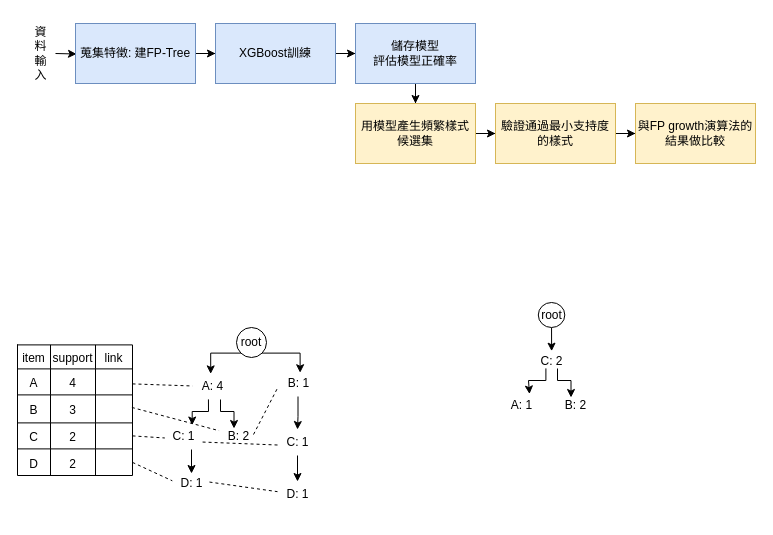
zoezou9/fp_mining keeps this draw.io diagram as figures/flowchart/fpgrowth.drawio. Above is the earlier version. Source tidied: cells renumbered, new cells numbered last; positions are measured from the earlier drawing's top-left corner, leaving out a move shared by most shapes. Both pictures are drawn from the tidied source at 100%, with x=0, y=0 at pixel (17, 17).
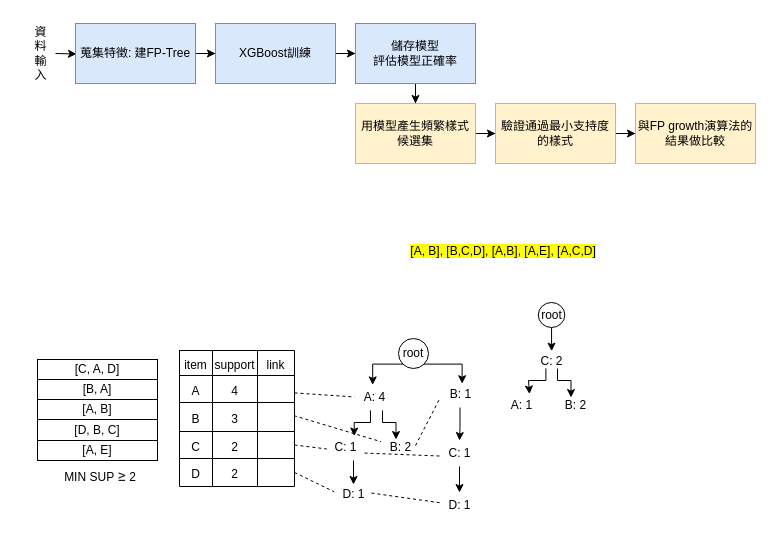
Above is the later version.

Diff of the diagram source:
```diff
@@
     <mxCell id="15" value="root" style="ellipse;whiteSpace=wrap;html=1;" parent="1" vertex="1">
-      <mxGeometry x="219" y="310" width="30" height="30" as="geometry" />
+      <mxGeometry x="381" y="321" width="30" height="30" as="geometry" />
     </mxCell>
@@
     <mxCell id="17" value="B: 1" style="text;html=1;align=center;verticalAlign=middle;points=[];strokeColor=none;fillColor=none;" parent="1" vertex="1">
-      <mxGeometry x="261" y="353" width="39" height="26" as="geometry" />
+      <mxGeometry x="423" y="364" width="39" height="26" as="geometry" />
     </mxCell>
     <mxCell id="18" style="edgeStyle=orthogonalEdgeStyle;rounded=0;jettySize=auto;html=1;exitX=0;exitY=1;exitDx=0;exitDy=0;entryX=0.606;entryY=0.281;entryDx=0;entryDy=0;entryPerimeter=0;" parent="1" edge="1" source="15">
       <mxGeometry relative="1" as="geometry">
-        <mxPoint x="193.2" y="356.4" as="targetPoint" />
+        <mxPoint x="355.2" y="367.4" as="targetPoint" />
       </mxGeometry>
     </mxCell>
     <mxCell id="19" style="edgeStyle=orthogonalEdgeStyle;rounded=0;jettySize=auto;html=1;exitX=1;exitY=1;exitDx=0;exitDy=0;entryX=0.555;entryY=0.086;entryDx=0;entryDy=0;entryPerimeter=0;" parent="1" edge="1" source="15" target="17">
       <mxGeometry relative="1" as="geometry">
         <Array as="points">
-          <mxPoint x="282" y="336" />
+          <mxPoint x="444" y="347" />
         </Array>
       </mxGeometry>
     </mxCell>
     <mxCell id="20" value="A: 4" style="text;html=1;align=center;verticalAlign=middle;points=[];strokeColor=none;fillColor=none;" parent="1" vertex="1">
-      <mxGeometry x="175" y="356" width="39" height="26" as="geometry" />
+      <mxGeometry x="337" y="367" width="39" height="26" as="geometry" />
     </mxCell>
@@
     <mxCell id="22" value="C: 1" style="text;html=1;align=center;verticalAlign=middle;points=[];strokeColor=none;fillColor=none;" parent="1" vertex="1">
-      <mxGeometry x="260" y="412" width="40" height="26" as="geometry" />
+      <mxGeometry x="422" y="423" width="40" height="26" as="geometry" />
     </mxCell>
     <mxCell id="23" value="D: 1" style="text;html=1;align=center;verticalAlign=middle;points=[];strokeColor=none;fillColor=none;" parent="1" vertex="1">
-      <mxGeometry x="260" y="464" width="40" height="26" as="geometry" />
+      <mxGeometry x="422" y="475" width="40" height="26" as="geometry" />
     </mxCell>
     <mxCell id="24" style="edgeStyle=orthogonalEdgeStyle;rounded=0;orthogonalLoop=1;jettySize=auto;html=1;" parent="1" edge="1">
       <mxGeometry relative="1" as="geometry">
-        <mxPoint x="174" y="432" as="sourcePoint" />
-        <mxPoint x="174" y="456" as="targetPoint" />
+        <mxPoint x="336" y="443" as="sourcePoint" />
+        <mxPoint x="336" y="467" as="targetPoint" />
       </mxGeometry>
     </mxCell>
     <mxCell id="25" value="B: 2" style="text;html=1;align=center;verticalAlign=middle;points=[];strokeColor=none;fillColor=none;" parent="1" vertex="1">
-      <mxGeometry x="201" y="406" width="39" height="26" as="geometry" />
+      <mxGeometry x="363" y="417" width="39" height="26" as="geometry" />
     </mxCell>
     <mxCell id="26" value="C: 1" style="text;html=1;align=center;verticalAlign=middle;points=[];strokeColor=none;fillColor=none;" parent="1" vertex="1">
-      <mxGeometry x="146" y="406" width="40" height="26" as="geometry" />
+      <mxGeometry x="308" y="417" width="40" height="26" as="geometry" />
     </mxCell>
     <mxCell id="27" style="edgeStyle=orthogonalEdgeStyle;rounded=0;jettySize=auto;html=1;entryX=0.718;entryY=0.059;entryDx=0;entryDy=0;entryPerimeter=0;exitX=0.409;exitY=0.996;exitDx=0;exitDy=0;exitPerimeter=0;" parent="1" edge="1" source="20" target="26">
       <mxGeometry relative="1" as="geometry">
         <Array as="points">
-          <mxPoint x="191" y="394" />
-          <mxPoint x="174" y="394" />
+          <mxPoint x="353" y="405" />
+          <mxPoint x="336" y="405" />
         </Array>
       </mxGeometry>
     </mxCell>
     <mxCell id="28" style="edgeStyle=orthogonalEdgeStyle;rounded=0;jettySize=auto;html=1;entryX=0.718;entryY=0.059;entryDx=0;entryDy=0;entryPerimeter=0;" parent="1" edge="1" source="20">
       <mxGeometry relative="1" as="geometry">
-        <mxPoint x="216.5" y="411" as="targetPoint" />
+        <mxPoint x="378.5" y="422" as="targetPoint" />
         <Array as="points">
-          <mxPoint x="203" y="394" />
-          <mxPoint x="217" y="394" />
+          <mxPoint x="365" y="405" />
+          <mxPoint x="379" y="405" />
         </Array>
       </mxGeometry>
     </mxCell>
     <mxCell id="29" style="shape=table;startSize=0;childLayout=tableLayout;fontSize=16;" parent="1" vertex="1">
-      <mxGeometry y="327.4" width="115" height="130.6" as="geometry" />
+      <mxGeometry x="162" y="333" width="115" height="136" as="geometry" />
     </mxCell>
     <mxCell id="30" style="shape=tableRow;horizontal=0;startSize=0;swimlaneHead=0;swimlaneBody=0;strokeColor=inherit;top=0;left=0;bottom=0;right=0;fillColor=none;fontSize=16;" parent="29" vertex="1">
-      <mxGeometry width="115" height="24" as="geometry" />
+      <mxGeometry width="115" height="25" as="geometry" />
     </mxCell>
     <mxCell id="31" value="&lt;font style=&quot;font-size: 12px;&quot;&gt;item&lt;/font&gt;" style="shape=partialRectangle;html=1;whiteSpace=wrap;strokeColor=inherit;overflow=hidden;fillColor=none;top=0;left=0;bottom=0;right=0;fontSize=16;" parent="30" vertex="1">
-      <mxGeometry width="33" height="24" as="geometry" />
+      <mxGeometry width="33" height="25" as="geometry" />
     </mxCell>
     <mxCell id="32" value="&lt;font style=&quot;font-size: 12px;&quot;&gt;support&lt;/font&gt;" style="shape=partialRectangle;html=1;whiteSpace=wrap;strokeColor=inherit;overflow=hidden;fillColor=none;top=0;left=0;bottom=0;right=0;fontSize=16;" parent="30" vertex="1">
-      <mxGeometry x="33" width="45" height="24" as="geometry" />
+      <mxGeometry x="33" width="45" height="25" as="geometry" />
     </mxCell>
     <mxCell id="33" value="&lt;font style=&quot;font-size: 12px;&quot;&gt;link&lt;/font&gt;" style="shape=partialRectangle;html=1;whiteSpace=wrap;strokeColor=inherit;overflow=hidden;fillColor=none;top=0;left=0;bottom=0;right=0;fontSize=16;" parent="30" vertex="1">
-      <mxGeometry x="78" width="37" height="24" as="geometry" />
+      <mxGeometry x="78" width="37" height="25" as="geometry" />
     </mxCell>
     <mxCell id="34" style="shape=tableRow;horizontal=0;startSize=0;swimlaneHead=0;swimlaneBody=0;strokeColor=inherit;top=0;left=0;bottom=0;right=0;fillColor=none;points=[[0,0.5],[1,0.5]];portConstraint=eastwest;fontSize=16;" parent="29" vertex="1">
-      <mxGeometry y="24" width="115" height="26" as="geometry" />
+      <mxGeometry y="25" width="115" height="27" as="geometry" />
     </mxCell>
     <mxCell id="35" value="&lt;font style=&quot;font-size: 12px;&quot;&gt;A&lt;/font&gt;" style="shape=partialRectangle;html=1;whiteSpace=wrap;strokeColor=inherit;overflow=hidden;fillColor=none;top=0;left=0;bottom=0;right=0;fontSize=16;" parent="34" vertex="1">
-      <mxGeometry width="33" height="26" as="geometry" />
+      <mxGeometry width="33" height="27" as="geometry" />
     </mxCell>
     <mxCell id="36" value="&lt;font style=&quot;font-size: 12px;&quot;&gt;4&lt;/font&gt;" style="shape=partialRectangle;html=1;whiteSpace=wrap;strokeColor=inherit;overflow=hidden;fillColor=none;top=0;left=0;bottom=0;right=0;fontSize=16;" parent="34" vertex="1">
-      <mxGeometry x="33" width="45" height="26" as="geometry" />
+      <mxGeometry x="33" width="45" height="27" as="geometry" />
     </mxCell>
     <mxCell id="37" style="shape=partialRectangle;html=1;whiteSpace=wrap;strokeColor=inherit;overflow=hidden;fillColor=none;top=0;left=0;bottom=0;right=0;fontSize=16;" parent="34" vertex="1">
-      <mxGeometry x="78" width="37" height="26" as="geometry" />
+      <mxGeometry x="78" width="37" height="27" as="geometry" />
     </mxCell>
     <mxCell id="38" style="shape=tableRow;horizontal=0;startSize=0;swimlaneHead=0;swimlaneBody=0;strokeColor=inherit;top=0;left=0;bottom=0;right=0;fillColor=none;fontSize=16;" parent="29" vertex="1">
-      <mxGeometry y="50" width="115" height="28" as="geometry" />
+      <mxGeometry y="52" width="115" height="29" as="geometry" />
     </mxCell>
     <mxCell id="39" value="&lt;font style=&quot;font-size: 12px;&quot;&gt;B&lt;/font&gt;" style="shape=partialRectangle;html=1;whiteSpace=wrap;strokeColor=inherit;overflow=hidden;fillColor=none;top=0;left=0;bottom=0;right=0;fontSize=16;" parent="38" vertex="1">
-      <mxGeometry width="33" height="28" as="geometry" />
+      <mxGeometry width="33" height="29" as="geometry" />
     </mxCell>
     <mxCell id="40" value="&lt;font style=&quot;font-size: 12px;&quot;&gt;3&lt;/font&gt;" style="shape=partialRectangle;html=1;whiteSpace=wrap;strokeColor=inherit;overflow=hidden;fillColor=none;top=0;left=0;bottom=0;right=0;fontSize=16;" parent="38" vertex="1">
-      <mxGeometry x="33" width="45" height="28" as="geometry" />
+      <mxGeometry x="33" width="45" height="29" as="geometry" />
     </mxCell>
     <mxCell id="41" style="shape=partialRectangle;html=1;whiteSpace=wrap;strokeColor=inherit;overflow=hidden;fillColor=none;top=0;left=0;bottom=0;right=0;fontSize=16;" parent="38" vertex="1">
-      <mxGeometry x="78" width="37" height="28" as="geometry" />
+      <mxGeometry x="78" width="37" height="29" as="geometry" />
     </mxCell>
     <mxCell id="42" style="shape=tableRow;horizontal=0;startSize=0;swimlaneHead=0;swimlaneBody=0;strokeColor=inherit;top=0;left=0;bottom=0;right=0;fillColor=none;points=[[0,0.5],[1,0.5]];portConstraint=eastwest;fontSize=16;" parent="29" vertex="1">
-      <mxGeometry y="78" width="115" height="26" as="geometry" />
+      <mxGeometry y="81" width="115" height="27" as="geometry" />
     </mxCell>
     <mxCell id="43" value="&lt;font style=&quot;font-size: 12px;&quot;&gt;C&lt;/font&gt;" style="shape=partialRectangle;html=1;whiteSpace=wrap;strokeColor=inherit;overflow=hidden;fillColor=none;top=0;left=0;bottom=0;right=0;fontSize=16;" parent="42" vertex="1">
-      <mxGeometry width="33" height="26" as="geometry" />
+      <mxGeometry width="33" height="27" as="geometry" />
     </mxCell>
     <mxCell id="44" value="&lt;font style=&quot;font-size: 12px;&quot;&gt;2&lt;/font&gt;" style="shape=partialRectangle;html=1;whiteSpace=wrap;strokeColor=inherit;overflow=hidden;fillColor=none;top=0;left=0;bottom=0;right=0;fontSize=16;" parent="42" vertex="1">
-      <mxGeometry x="33" width="45" height="26" as="geometry" />
+      <mxGeometry x="33" width="45" height="27" as="geometry" />
     </mxCell>
     <mxCell id="45" style="shape=partialRectangle;html=1;whiteSpace=wrap;strokeColor=inherit;overflow=hidden;fillColor=none;top=0;left=0;bottom=0;right=0;fontSize=16;" parent="42" vertex="1">
-      <mxGeometry x="78" width="37" height="26" as="geometry" />
+      <mxGeometry x="78" width="37" height="27" as="geometry" />
     </mxCell>
     <mxCell id="46" style="shape=tableRow;horizontal=0;startSize=0;swimlaneHead=0;swimlaneBody=0;strokeColor=inherit;top=0;left=0;bottom=0;right=0;fillColor=none;points=[[0,0.5],[1,0.5]];portConstraint=eastwest;fontSize=16;" parent="29" vertex="1">
-      <mxGeometry y="104" width="115" height="27" as="geometry" />
+      <mxGeometry y="108" width="115" height="28" as="geometry" />
     </mxCell>
     <mxCell id="47" value="&lt;font style=&quot;font-size: 12px;&quot;&gt;D&lt;/font&gt;" style="shape=partialRectangle;html=1;whiteSpace=wrap;strokeColor=inherit;overflow=hidden;fillColor=none;top=0;left=0;bottom=0;right=0;fontSize=16;" parent="46" vertex="1">
-      <mxGeometry width="33" height="27" as="geometry" />
+      <mxGeometry width="33" height="28" as="geometry" />
     </mxCell>
     <mxCell id="48" value="&lt;font style=&quot;font-size: 12px;&quot;&gt;2&lt;/font&gt;" style="shape=partialRectangle;html=1;whiteSpace=wrap;strokeColor=inherit;overflow=hidden;fillColor=none;top=0;left=0;bottom=0;right=0;fontSize=16;" parent="46" vertex="1">
-      <mxGeometry x="33" width="45" height="27" as="geometry" />
+      <mxGeometry x="33" width="45" height="28" as="geometry" />
     </mxCell>
     <mxCell id="49" style="shape=partialRectangle;html=1;whiteSpace=wrap;strokeColor=inherit;overflow=hidden;fillColor=none;top=0;left=0;bottom=0;right=0;fontSize=16;" parent="46" vertex="1">
-      <mxGeometry x="78" width="37" height="27" as="geometry" />
+      <mxGeometry x="78" width="37" height="28" as="geometry" />
     </mxCell>
@@
     <mxCell id="53" style="endArrow=none;dashed=1;html=1;rounded=0;entryX=-0.034;entryY=0.701;entryDx=0;entryDy=0;entryPerimeter=0;" parent="1" edge="1" target="17">
       <mxGeometry relative="1" as="geometry">
-        <mxPoint x="236" y="417" as="sourcePoint" />
+        <mxPoint x="398" y="428" as="sourcePoint" />
       </mxGeometry>
     </mxCell>
     <mxCell id="54" style="endArrow=none;dashed=1;html=1;rounded=0;exitX=1;exitY=0.5;exitDx=0;exitDy=0;entryX=-0.03;entryY=0.395;entryDx=0;entryDy=0;entryPerimeter=0;" parent="1" edge="1" source="46">
       <mxGeometry relative="1" as="geometry">
-        <mxPoint x="154.8" y="463.3" as="targetPoint" />
+        <mxPoint x="316.8" y="474.3" as="targetPoint" />
       </mxGeometry>
     </mxCell>
     <mxCell id="55" value="D: 1" style="text;html=1;align=center;verticalAlign=middle;points=[];strokeColor=none;fillColor=none;" parent="1" vertex="1">
-      <mxGeometry x="154" y="452.6" width="40" height="26" as="geometry" />
+      <mxGeometry x="316" y="463.6" width="40" height="26" as="geometry" />
     </mxCell>
@@
+    <mxCell id="65" value="&lt;span style=&quot;text-align: left; text-indent: 32px;&quot;&gt;[B, A]&lt;/span&gt;" style="rounded=0;whiteSpace=wrap;html=1;" parent="1" vertex="1">
+      <mxGeometry x="20" y="362" width="120" height="20" as="geometry" />
+    </mxCell>
+    <mxCell id="66" value="&lt;p class=&quot;MsoNoSpacing&quot; style=&quot;text-indent:24.0pt&quot;&gt;&lt;span style=&quot;mso-bidi-font-family:&amp;lt;br/&amp;gt;&amp;quot;Times New Roman&amp;quot;&quot;&gt;&lt;span style=&quot;mso-spacerun:yes&quot;&gt;&amp;nbsp;&lt;/span&gt;&lt;span lang=&quot;EN-US&quot; style=&quot;background: yellow;&quot;&gt;[A, B], [B,C,D], [A,B], [A,E], [A,C,D]&lt;/span&gt;&lt;span lang=&quot;EN-US&quot;&gt;&lt;/span&gt;&lt;/span&gt;&lt;/p&gt;" style="text;whiteSpace=wrap;html=1;" parent="1" vertex="1">
+      <mxGeometry x="356" y="208.3" width="237" height="60" as="geometry" />
+    </mxCell>
+    <mxCell id="67" value="&lt;span style=&quot;text-align: left; text-indent: 32px;&quot;&gt;[C, A, D]&lt;/span&gt;" style="rounded=0;whiteSpace=wrap;html=1;" parent="1" vertex="1">
+      <mxGeometry x="20" y="342" width="120" height="20" as="geometry" />
+    </mxCell>
+    <mxCell id="68" value="&lt;span style=&quot;text-align: left; text-indent: 32px;&quot;&gt;[A, B]&lt;/span&gt;" style="rounded=0;whiteSpace=wrap;html=1;" parent="1" vertex="1">
+      <mxGeometry x="20" y="382" width="120" height="20" as="geometry" />
+    </mxCell>
+    <mxCell id="69" value="&lt;span style=&quot;text-align: left; text-indent: 32px;&quot;&gt;[D, B, C]&lt;/span&gt;" style="rounded=0;whiteSpace=wrap;html=1;" parent="1" vertex="1">
+      <mxGeometry x="20" y="402" width="120" height="21" as="geometry" />
+    </mxCell>
+    <mxCell id="70" value="&lt;span style=&quot;text-align: left; text-indent: 32px;&quot;&gt;[A, E]&lt;/span&gt;" style="rounded=0;whiteSpace=wrap;html=1;" parent="1" vertex="1">
+      <mxGeometry x="20" y="423" width="120" height="20" as="geometry" />
+    </mxCell>
+    <mxCell id="71" value="MIN SUP&amp;nbsp;&lt;span style=&quot;color: rgb(31, 31, 31); font-family: &amp;quot;Google Sans&amp;quot;, Roboto, Arial, sans-serif; font-size: 16px; text-align: start; background-color: rgb(255, 255, 255);&quot;&gt;≥&lt;/span&gt;&amp;nbsp;2" style="text;html=1;align=center;verticalAlign=middle;whiteSpace=wrap;rounded=0;" parent="1" vertex="1">
+      <mxGeometry x="26" y="443" width="114" height="30" as="geometry" />
+    </mxCell>
```
